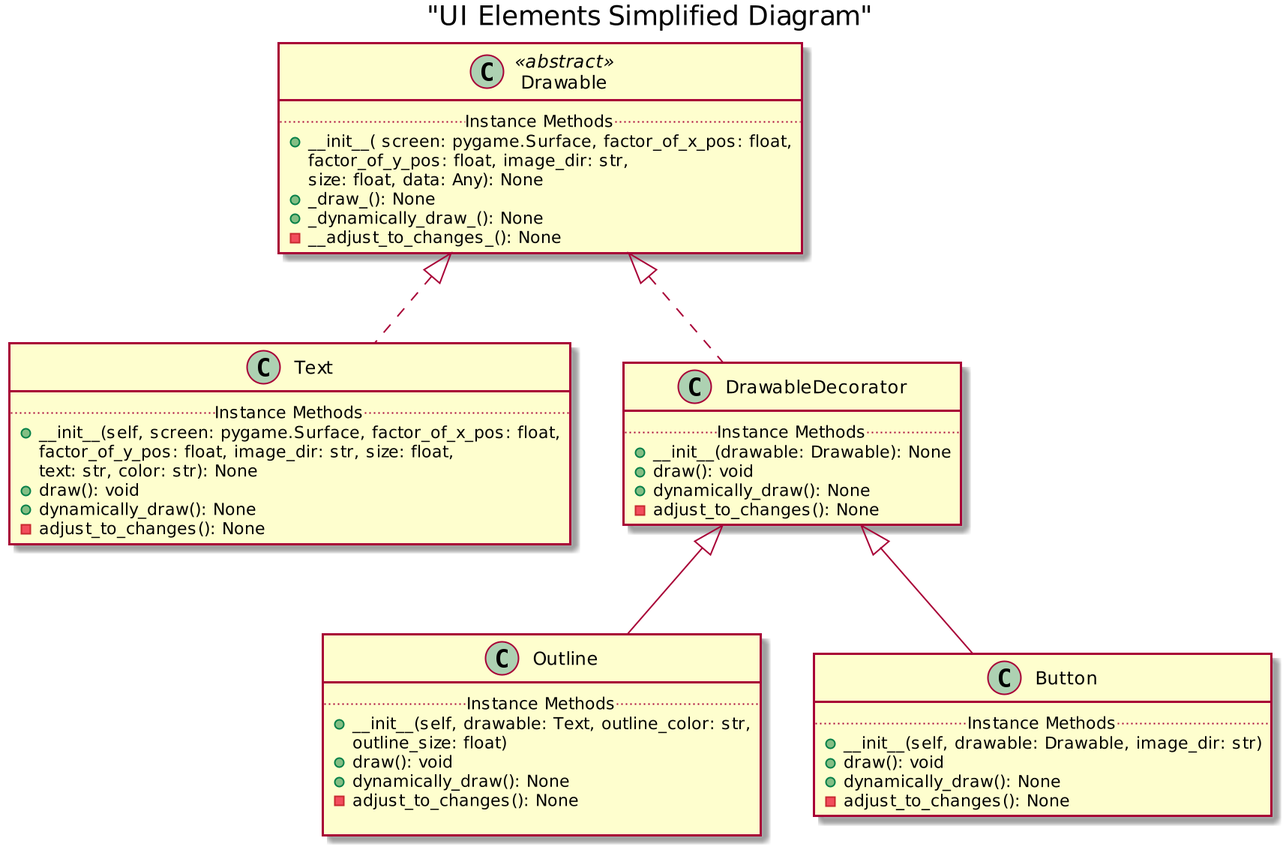
kmerickson/OOP-PuzzleMaze keeps this PlantUML diagram as Puzzle_Maze/uml/ui_elements/ui_elements.png. Above is the earlier version.
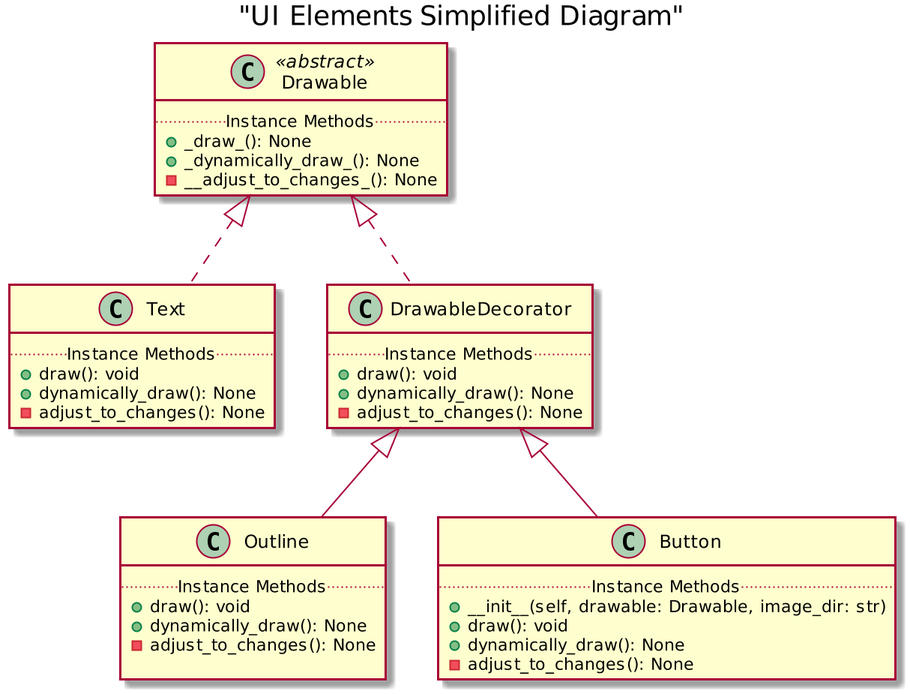
The same file after the commit.

Change to the diagram source:
```diff
@@ -3,9 +3,6 @@
 title "UI Elements Simplified Diagram"
 class Drawable <<abstract>>{
     .. Instance Methods ..
-    + __init__( screen: pygame.Surface, factor_of_x_pos: float,
-                 factor_of_y_pos: float, image_dir: str,
-                 size: float, data: Any): None
     + _draw_(): None
     + _dynamically_draw_(): None
     - __adjust_to_changes_(): None
@@ -13,9 +10,6 @@
 
 class Text implements Drawable{
     .. Instance Methods ..
-    + __init__(self, screen: pygame.Surface, factor_of_x_pos: float,
-                 factor_of_y_pos: float, image_dir: str, size: float,
-                 text: str, color: str): None
     + draw(): void
     + dynamically_draw(): None
     - adjust_to_changes(): None
@@ -24,7 +18,6 @@
 
 class DrawableDecorator implements Drawable{
     .. Instance Methods ..
-    + __init__(drawable: Drawable): None
     + draw(): void
     + dynamically_draw(): None
     - adjust_to_changes(): None
@@ -32,8 +25,6 @@
 
 class Outline extends DrawableDecorator{
     .. Instance Methods ..
-    +__init__(self, drawable: Text, outline_color: str,
-                 outline_size: float)
     + draw(): void
     + dynamically_draw(): None
     - adjust_to_changes(): None
```
